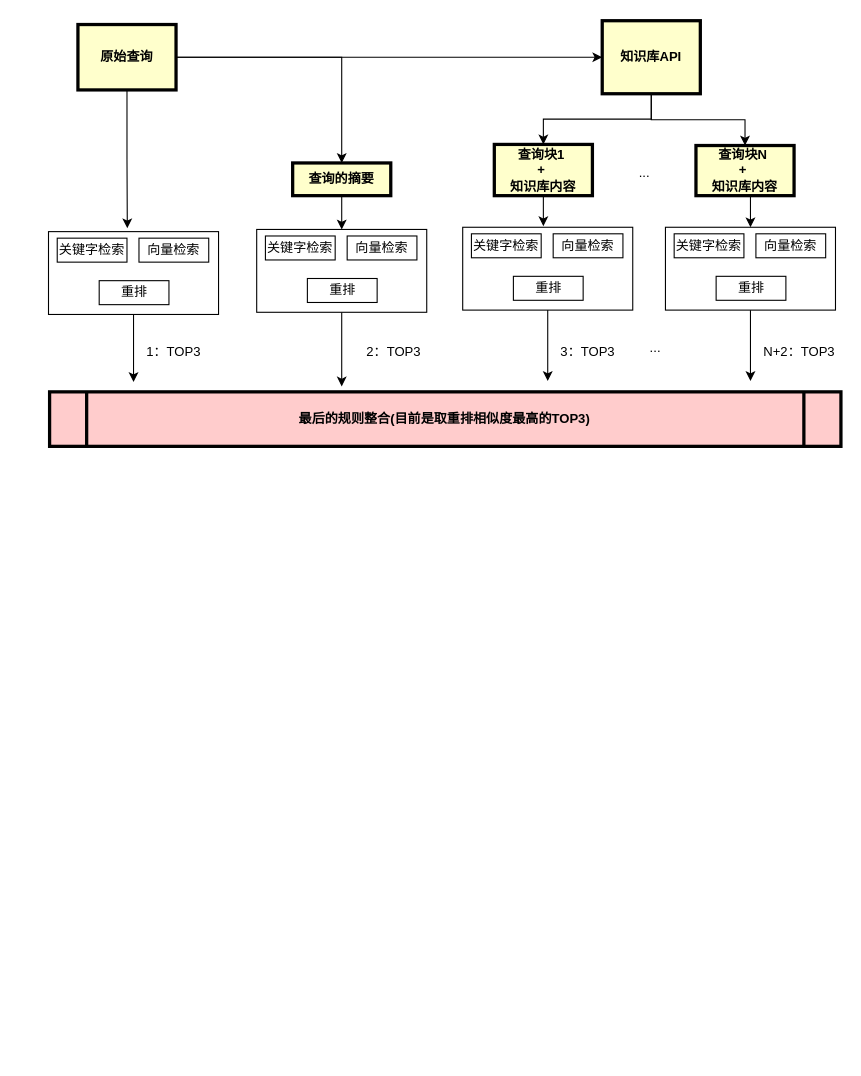
Before: process.drawio in liweizhen111/GIt-GitHub_Note, a draw.io diagram. Source tidied: cells renumbered, new cells numbered last; positions are measured from the earlier drawing's top-left corner, leaving out a move shared by most shapes. Both pictures are drawn from the tidied source at 109%, with x=0, y=0 at pixel (48, 20).
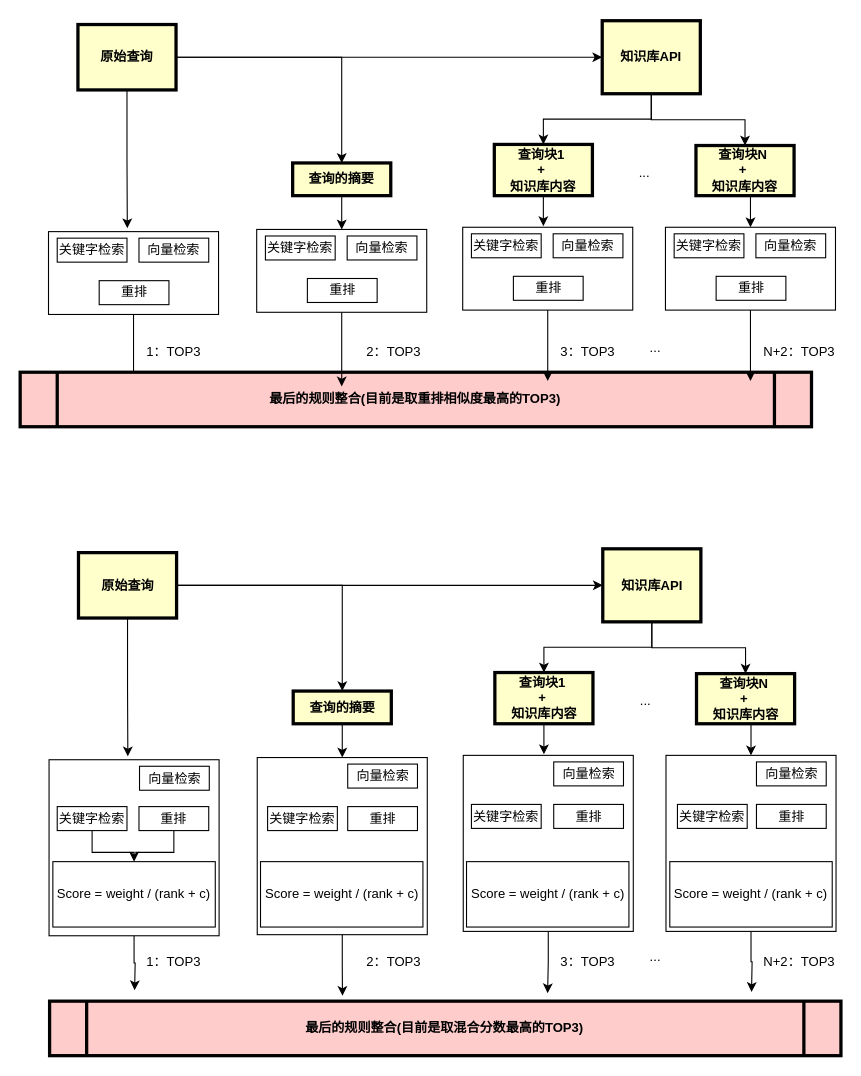
After the change.

What changed in the source:
```diff
@@
     <mxCell id="8" value="最后的规则整合(目前是取重排相似度最高的TOP3)" style="shape=process;whiteSpace=wrap;align=center;verticalAlign=middle;size=0.0475;fontStyle=1;strokeWidth=3;fillColor=#FFCCCC;" parent="1" vertex="1">
-      <mxGeometry x="1" y="341" width="726" height="50" as="geometry" />
+      <mxGeometry x="-26" y="323" width="726" height="50" as="geometry" />
     </mxCell>
@@
+    <mxCell id="42" style="edgeStyle=orthogonalEdgeStyle;rounded=0;jettySize=auto;html=1;exitX=0.5;exitY=1;exitDx=0;exitDy=0;" parent="1" edge="1" source="43">
+      <mxGeometry relative="1" as="geometry">
+        <mxPoint x="79" y="890" as="targetPoint" />
+      </mxGeometry>
+    </mxCell>
+    <mxCell id="43" style="rounded=0;whiteSpace=wrap;html=1;" parent="1" vertex="1">
+      <mxGeometry x="0.5" y="678.5" width="156" height="161.5" as="geometry" />
+    </mxCell>
+    <mxCell id="44" style="edgeStyle=orthogonalEdgeStyle;rounded=0;jettySize=auto;html=1;exitX=1;exitY=0.5;exitDx=0;exitDy=0;entryX=0.5;entryY=0;entryDx=0;entryDy=0;" parent="1" edge="1" source="47" target="55">
+      <mxGeometry relative="1" as="geometry" />
+    </mxCell>
+    <mxCell id="45" style="edgeStyle=orthogonalEdgeStyle;rounded=0;jettySize=auto;html=1;exitX=0.5;exitY=1;exitDx=0;exitDy=0;" parent="1" edge="1" source="47">
+      <mxGeometry relative="1" as="geometry">
+        <mxPoint x="72.8" y="675.4" as="targetPoint" />
+      </mxGeometry>
+    </mxCell>
+    <mxCell id="46" style="edgeStyle=orthogonalEdgeStyle;rounded=0;jettySize=auto;html=1;" parent="1" edge="1" source="47" target="74">
+      <mxGeometry relative="1" as="geometry" />
+    </mxCell>
+    <mxCell id="47" value="原始查询" style="whiteSpace=wrap;align=center;verticalAlign=middle;fontStyle=1;strokeWidth=3;fillColor=#FFFFCC;" parent="1" vertex="1">
+      <mxGeometry x="27.5" y="488.5" width="90" height="60" as="geometry" />
+    </mxCell>
+    <mxCell id="48" value="最后的规则整合(目前是取混合分数最高的TOP3)" style="shape=process;whiteSpace=wrap;align=center;verticalAlign=middle;size=0.0475;fontStyle=1;strokeWidth=3;fillColor=#FFCCCC;" parent="1" vertex="1">
+      <mxGeometry x="1" y="900" width="726" height="50" as="geometry" />
+    </mxCell>
+    <mxCell id="49" style="edgeStyle=orthogonalEdgeStyle;rounded=0;jettySize=auto;html=1;exitX=0.5;exitY=1;exitDx=0;exitDy=0;entryX=0.5;entryY=0;entryDx=0;entryDy=0;" parent="1" edge="1" source="50" target="87">
+      <mxGeometry relative="1" as="geometry" />
+    </mxCell>
+    <mxCell id="50" value="关键字检索" style="rounded=0;whiteSpace=wrap;html=1;" parent="1" vertex="1">
+      <mxGeometry x="8" y="721.5" width="64" height="22" as="geometry" />
+    </mxCell>
+    <mxCell id="51" value="向量检索" style="rounded=0;whiteSpace=wrap;html=1;" parent="1" vertex="1">
+      <mxGeometry x="83.5" y="684.5" width="64" height="22" as="geometry" />
+    </mxCell>
+    <mxCell id="52" style="edgeStyle=orthogonalEdgeStyle;rounded=0;jettySize=auto;html=1;exitX=0.5;exitY=1;exitDx=0;exitDy=0;endArrow=none;endFill=0;" parent="1" edge="1" source="53">
+      <mxGeometry relative="1" as="geometry">
+        <mxPoint x="79.1" y="763.3" as="targetPoint" />
+      </mxGeometry>
+    </mxCell>
+    <mxCell id="53" value="重排" style="rounded=0;whiteSpace=wrap;html=1;" parent="1" vertex="1">
+      <mxGeometry x="83" y="721.5" width="64" height="22" as="geometry" />
+    </mxCell>
+    <mxCell id="54" style="edgeStyle=orthogonalEdgeStyle;rounded=0;jettySize=auto;html=1;exitX=0.5;exitY=1;exitDx=0;exitDy=0;entryX=0.5;entryY=0;entryDx=0;entryDy=0;" parent="1" edge="1" source="55" target="58">
+      <mxGeometry relative="1" as="geometry" />
+    </mxCell>
+    <mxCell id="55" value="查询的摘要" style="whiteSpace=wrap;align=center;verticalAlign=middle;fontStyle=1;strokeWidth=3;fillColor=#FFFFCC;" parent="1" vertex="1">
+      <mxGeometry x="224.5" y="615.5" width="90" height="30" as="geometry" />
+    </mxCell>
+    <mxCell id="56" style="edgeStyle=orthogonalEdgeStyle;rounded=0;jettySize=auto;html=1;exitX=0.5;exitY=1;exitDx=0;exitDy=0;" parent="1" edge="1" source="58">
+      <mxGeometry relative="1" as="geometry">
+        <mxPoint x="269.5" y="820.5" as="targetPoint" />
+      </mxGeometry>
+    </mxCell>
+    <mxCell id="57" style="edgeStyle=orthogonalEdgeStyle;rounded=0;jettySize=auto;html=1;exitX=0.5;exitY=1;exitDx=0;exitDy=0;" parent="1" edge="1" source="58">
+      <mxGeometry relative="1" as="geometry">
+        <mxPoint x="269.7" y="895.1" as="targetPoint" />
+      </mxGeometry>
+    </mxCell>
+    <mxCell id="58" style="rounded=0;whiteSpace=wrap;html=1;" parent="1" vertex="1">
+      <mxGeometry x="191.5" y="676.5" width="156" height="162.5" as="geometry" />
+    </mxCell>
+    <mxCell id="59" value="关键字检索" style="rounded=0;whiteSpace=wrap;html=1;" parent="1" vertex="1">
+      <mxGeometry x="201" y="721.5" width="64" height="22" as="geometry" />
+    </mxCell>
+    <mxCell id="60" value="向量检索" style="rounded=0;whiteSpace=wrap;html=1;" parent="1" vertex="1">
+      <mxGeometry x="274.5" y="682.5" width="64" height="22" as="geometry" />
+    </mxCell>
+    <mxCell id="61" value="重排" style="rounded=0;whiteSpace=wrap;html=1;" parent="1" vertex="1">
+      <mxGeometry x="274.5" y="721.5" width="64" height="22" as="geometry" />
+    </mxCell>
+    <mxCell id="62" style="edgeStyle=orthogonalEdgeStyle;rounded=0;jettySize=auto;html=1;exitX=0.5;exitY=1;exitDx=0;exitDy=0;" parent="1" edge="1" source="64">
+      <mxGeometry relative="1" as="geometry">
+        <mxPoint x="458.5" y="815.5" as="targetPoint" />
+      </mxGeometry>
+    </mxCell>
+    <mxCell id="63" style="edgeStyle=orthogonalEdgeStyle;rounded=0;jettySize=auto;html=1;exitX=0.5;exitY=1;exitDx=0;exitDy=0;" parent="1" edge="1" source="64">
+      <mxGeometry relative="1" as="geometry">
+        <mxPoint x="457.9" y="892.7" as="targetPoint" />
+      </mxGeometry>
+    </mxCell>
+    <mxCell id="64" style="rounded=0;whiteSpace=wrap;html=1;" parent="1" vertex="1">
+      <mxGeometry x="380.5" y="674.5" width="156" height="161.5" as="geometry" />
+    </mxCell>
+    <mxCell id="65" value="关键字检索" style="rounded=0;whiteSpace=wrap;html=1;" parent="1" vertex="1">
+      <mxGeometry x="388" y="719.5" width="64" height="22" as="geometry" />
+    </mxCell>
+    <mxCell id="66" value="向量检索" style="rounded=0;whiteSpace=wrap;html=1;" parent="1" vertex="1">
+      <mxGeometry x="463.5" y="680.5" width="64" height="22" as="geometry" />
+    </mxCell>
+    <mxCell id="67" value="重排" style="rounded=0;whiteSpace=wrap;html=1;" parent="1" vertex="1">
+      <mxGeometry x="463.5" y="719.5" width="64" height="22" as="geometry" />
+    </mxCell>
+    <mxCell id="68" style="edgeStyle=orthogonalEdgeStyle;rounded=0;jettySize=auto;html=1;exitX=0.5;exitY=1;exitDx=0;exitDy=0;" parent="1" edge="1" source="69">
+      <mxGeometry relative="1" as="geometry">
+        <mxPoint x="454.5" y="673.5" as="targetPoint" />
+      </mxGeometry>
+    </mxCell>
+    <mxCell id="69" value="查询块1 &#10;+ &#10;知识库内容" style="whiteSpace=wrap;align=center;verticalAlign=middle;fontStyle=1;strokeWidth=3;fillColor=#FFFFCC;" parent="1" vertex="1">
+      <mxGeometry x="409.5" y="598.5" width="90" height="47" as="geometry" />
+    </mxCell>
+    <mxCell id="70" style="edgeStyle=orthogonalEdgeStyle;rounded=0;jettySize=auto;html=1;exitX=0.5;exitY=1;exitDx=0;exitDy=0;entryX=0.5;entryY=0;entryDx=0;entryDy=0;" parent="1" edge="1" source="71" target="80">
+      <mxGeometry relative="1" as="geometry" />
+    </mxCell>
+    <mxCell id="71" value="查询块N &#10;+ &#10;知识库内容" style="whiteSpace=wrap;align=center;verticalAlign=middle;fontStyle=1;strokeWidth=3;fillColor=#FFFFCC;" parent="1" vertex="1">
+      <mxGeometry x="594.5" y="599.5" width="90" height="46" as="geometry" />
+    </mxCell>
+    <mxCell id="72" style="edgeStyle=orthogonalEdgeStyle;rounded=0;jettySize=auto;html=1;exitX=0.5;exitY=1;exitDx=0;exitDy=0;entryX=0.5;entryY=0;entryDx=0;entryDy=0;" parent="1" edge="1" source="74" target="69">
+      <mxGeometry relative="1" as="geometry" />
+    </mxCell>
+    <mxCell id="73" style="edgeStyle=orthogonalEdgeStyle;rounded=0;jettySize=auto;html=1;exitX=0.5;exitY=1;exitDx=0;exitDy=0;entryX=0.5;entryY=0;entryDx=0;entryDy=0;" parent="1" edge="1" source="74" target="71">
+      <mxGeometry relative="1" as="geometry" />
+    </mxCell>
+    <mxCell id="74" value="知识库API" style="whiteSpace=wrap;align=center;verticalAlign=middle;fontStyle=1;strokeWidth=3;fillColor=#FFFFCC;" parent="1" vertex="1">
+      <mxGeometry x="508.5" y="485" width="90" height="67" as="geometry" />
+    </mxCell>
+    <mxCell id="75" value="1：TOP3" style="text;html=1;align=center;verticalAlign=middle;whiteSpace=wrap;rounded=0;" parent="1" vertex="1">
+      <mxGeometry x="85" y="849" width="60" height="30" as="geometry" />
+    </mxCell>
+    <mxCell id="76" value="2：TOP3" style="text;html=1;align=center;verticalAlign=middle;whiteSpace=wrap;rounded=0;" parent="1" vertex="1">
+      <mxGeometry x="287" y="849" width="60" height="30" as="geometry" />
+    </mxCell>
+    <mxCell id="77" value="3：TOP3" style="text;html=1;align=center;verticalAlign=middle;whiteSpace=wrap;rounded=0;" parent="1" vertex="1">
+      <mxGeometry x="465" y="849" width="60" height="30" as="geometry" />
+    </mxCell>
+    <mxCell id="78" style="edgeStyle=orthogonalEdgeStyle;rounded=0;jettySize=auto;html=1;exitX=0.5;exitY=1;exitDx=0;exitDy=0;" parent="1" edge="1" source="80">
+      <mxGeometry relative="1" as="geometry">
+        <mxPoint x="644.5" y="815.5" as="targetPoint" />
+      </mxGeometry>
+    </mxCell>
+    <mxCell id="79" style="edgeStyle=orthogonalEdgeStyle;rounded=0;jettySize=auto;html=1;exitX=0.5;exitY=1;exitDx=0;exitDy=0;" parent="1" edge="1" source="80">
+      <mxGeometry relative="1" as="geometry">
+        <mxPoint x="645" y="891.5" as="targetPoint" />
+      </mxGeometry>
+    </mxCell>
+    <mxCell id="80" style="rounded=0;whiteSpace=wrap;html=1;" parent="1" vertex="1">
+      <mxGeometry x="566.5" y="674.5" width="156" height="161.5" as="geometry" />
+    </mxCell>
+    <mxCell id="81" value="关键字检索" style="rounded=0;whiteSpace=wrap;html=1;" parent="1" vertex="1">
+      <mxGeometry x="577" y="719.5" width="64" height="22" as="geometry" />
+    </mxCell>
+    <mxCell id="82" value="向量检索" style="rounded=0;whiteSpace=wrap;html=1;" parent="1" vertex="1">
+      <mxGeometry x="649.5" y="680.5" width="64" height="22" as="geometry" />
+    </mxCell>
+    <mxCell id="83" value="重排" style="rounded=0;whiteSpace=wrap;html=1;" parent="1" vertex="1">
+      <mxGeometry x="649.5" y="719.5" width="64" height="22" as="geometry" />
+    </mxCell>
+    <mxCell id="84" value="..." style="text;html=1;align=center;verticalAlign=middle;whiteSpace=wrap;rounded=0;" parent="1" vertex="1">
+      <mxGeometry x="517.5" y="609.5" width="60" height="30" as="geometry" />
+    </mxCell>
+    <mxCell id="85" value="N+2：TOP3" style="text;html=1;align=center;verticalAlign=middle;whiteSpace=wrap;rounded=0;" parent="1" vertex="1">
+      <mxGeometry x="651" y="849" width="76" height="30" as="geometry" />
+    </mxCell>
+    <mxCell id="86" value="..." style="text;html=1;align=center;verticalAlign=middle;whiteSpace=wrap;rounded=0;" parent="1" vertex="1">
+      <mxGeometry x="527" y="845" width="60" height="30" as="geometry" />
+    </mxCell>
+    <mxCell id="87" value="Score = weight / (rank + c)" style="rounded=0;whiteSpace=wrap;html=1;" parent="1" vertex="1">
+      <mxGeometry x="4" y="772" width="149" height="60" as="geometry" />
+    </mxCell>
+    <mxCell id="88" value="Score = weight / (rank + c)" style="rounded=0;whiteSpace=wrap;html=1;" parent="1" vertex="1">
+      <mxGeometry x="194.5" y="772" width="149" height="60" as="geometry" />
+    </mxCell>
+    <mxCell id="89" value="Score = weight / (rank + c)" style="rounded=0;whiteSpace=wrap;html=1;" parent="1" vertex="1">
+      <mxGeometry x="383.5" y="772" width="149" height="60" as="geometry" />
+    </mxCell>
+    <mxCell id="90" value="Score = weight / (rank + c)" style="rounded=0;whiteSpace=wrap;html=1;" parent="1" vertex="1">
+      <mxGeometry x="570" y="772" width="149" height="60" as="geometry" />
+    </mxCell>
```
